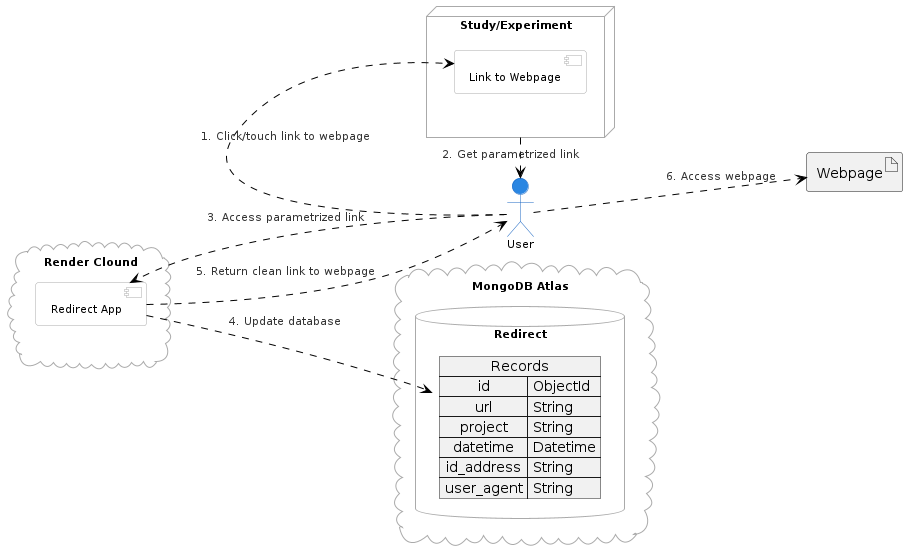
This is images/architecture.png from amgs/redirect, a PlantUML export, as it was before one commit.
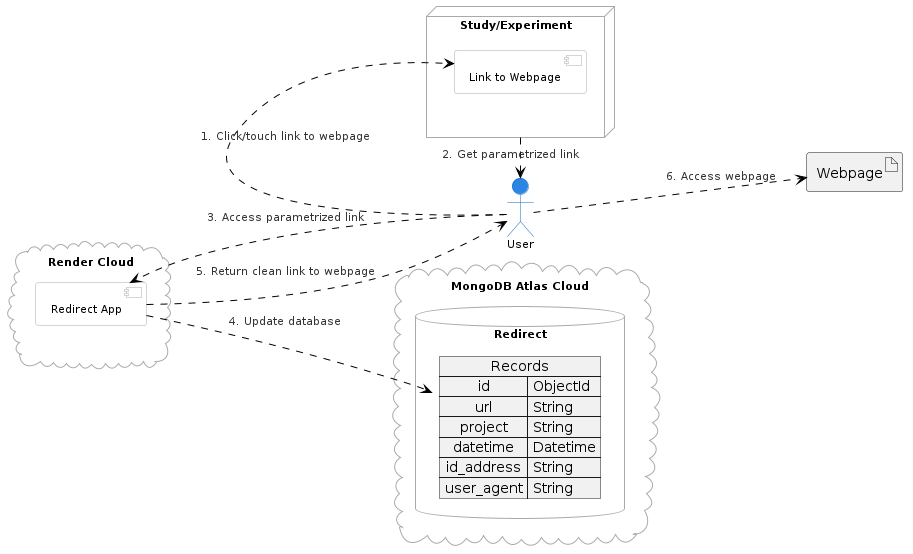
The same diagram one commit later.

Commit message:
Fix typo in diagram.

Change to the diagram source:
```diff
@@ -4,13 +4,13 @@
 
 left to right direction
 
-cloud "Render Clound" as Render {
+cloud "Render Cloud" as Render {
     component "Redirect App" as App {
 
     }
 }
 
-cloud "MongoDB Atlas" as Atlas {
+cloud "MongoDB Atlas Cloud" as Atlas {
     database Redirect {
         map Records{
             id => ObjectId
```
